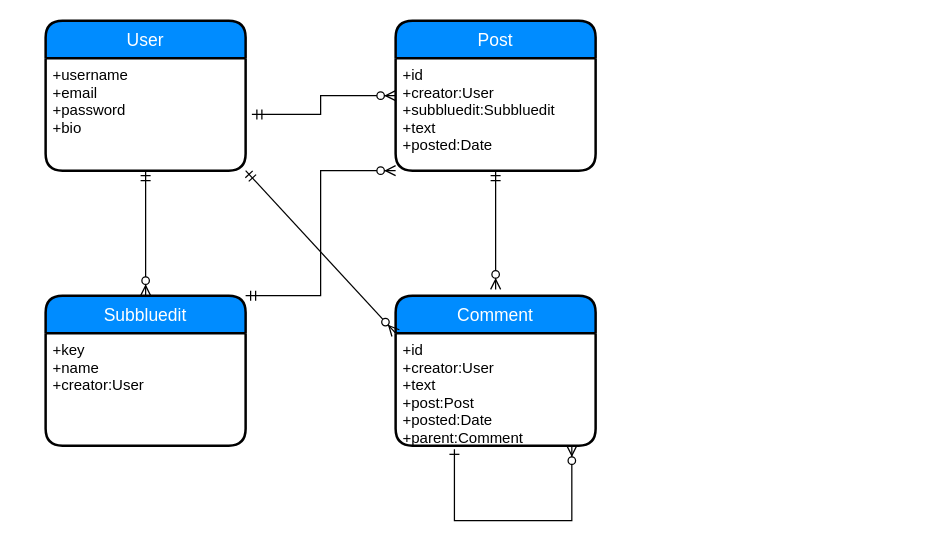
Before: page "Entity Relationship Diagram" (2 of 3) of bluedit/docs/architecture.drawio in uuganbold/algorithm_js, a draw.io diagram. Source tidied: cells renumbered, new cells numbered last; positions are measured from the earlier drawing's top-left corner, leaving out a move shared by most shapes. Both pictures are drawn from the tidied source at 125%, with x=0, y=0 at pixel (45, 20).
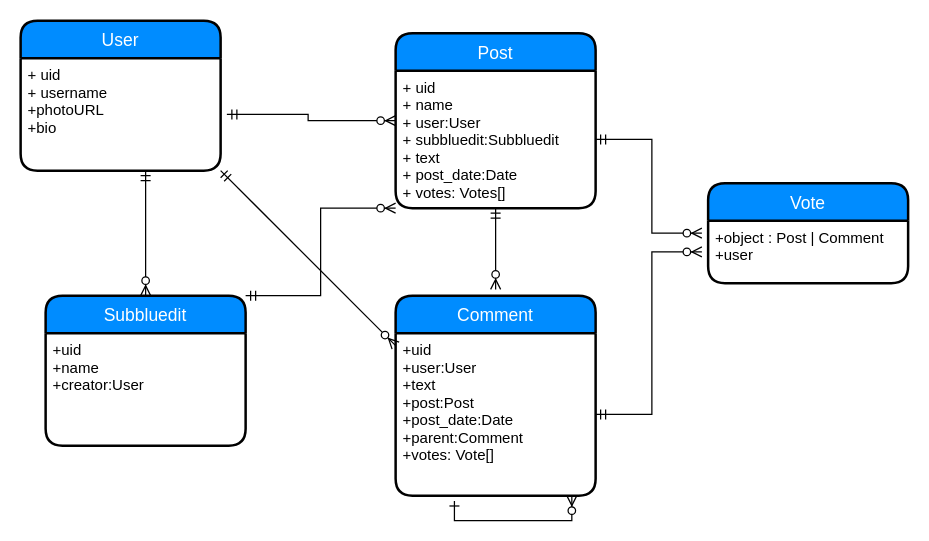
The same diagram, later.

Unchanged cells that the change refers to:
```xml
<mxCell id="4" value="Subbluedit" style="swimlane;horizontal=1;startSize=30;fillColor=#008cff;fontColor=#FFFFFF;rounded=1;fontSize=14;fontStyle=0;strokeWidth=2;shadow=0;dashed=0;align=center;" parent="1" vertex="1">
  <mxGeometry y="220" width="160" height="120" as="geometry" />
</mxCell>
```

The edit, as a diff of the source:
```diff
@@
     <mxCell id="2" value="User" style="swimlane;horizontal=1;startSize=30;fillColor=#008cff;fontColor=#FFFFFF;rounded=1;fontSize=14;fontStyle=0;strokeWidth=2;shadow=0;dashed=0;align=center;" parent="1" vertex="1">
-      <mxGeometry width="160" height="120" as="geometry" />
+      <mxGeometry x="-20" width="160" height="120" as="geometry" />
     </mxCell>
-    <mxCell id="3" value="+username&#10;+email&#10;+password&#10;+bio" style="align=left;strokeColor=none;fillColor=none;spacingLeft=4;fontSize=12;verticalAlign=top;" parent="2" vertex="1">
+    <mxCell id="3" value="+ uid&#10;+ username&#10;+photoURL&#10;+bio" style="align=left;strokeColor=none;fillColor=none;spacingLeft=4;fontSize=12;verticalAlign=top;" parent="2" vertex="1">
       <mxGeometry y="30" width="160" height="90" as="geometry" />
     </mxCell>
@@
-    <mxCell id="5" value="+key&#10;+name&#10;+creator:User" style="align=left;strokeColor=none;fillColor=none;spacingLeft=4;fontSize=12;verticalAlign=top;" parent="4" vertex="1">
+    <mxCell id="5" value="+uid&#10;+name&#10;+creator:User" style="align=left;strokeColor=none;fillColor=none;spacingLeft=4;fontSize=12;verticalAlign=top;" parent="4" vertex="1">
       <mxGeometry y="30" width="160" height="90" as="geometry" />
     </mxCell>
@@
-    <mxCell id="7" value="Post" style="swimlane;horizontal=1;startSize=30;fillColor=#008cff;fontColor=#FFFFFF;rounded=1;fontSize=14;fontStyle=0;strokeWidth=2;shadow=0;dashed=0;align=center;" parent="1" vertex="1">
-      <mxGeometry x="280" width="160" height="120" as="geometry" />
-    </mxCell>
-    <mxCell id="8" value="+id&#10;+creator:User&#10;+subbluedit:Subbluedit&#10;+text&#10;+posted:Date" style="align=left;strokeColor=none;fillColor=none;spacingLeft=4;fontSize=12;verticalAlign=top;" parent="7" vertex="1">
-      <mxGeometry y="30" width="160" height="90" as="geometry" />
-    </mxCell>
     <mxCell id="9" value="Comment" style="swimlane;horizontal=1;startSize=30;fillColor=#008cff;fontColor=#FFFFFF;rounded=1;fontSize=14;fontStyle=0;strokeWidth=2;shadow=0;dashed=0;align=center;" parent="1" vertex="1">
-      <mxGeometry x="280" y="220" width="160" height="120" as="geometry" />
+      <mxGeometry x="280" y="220" width="160" height="160" as="geometry" />
     </mxCell>
-    <mxCell id="10" value="+id&#10;+creator:User&#10;+text&#10;+post:Post&#10;+posted:Date&#10;+parent:Comment" style="align=left;strokeColor=none;fillColor=none;spacingLeft=4;fontSize=12;verticalAlign=top;" parent="9" vertex="1">
-      <mxGeometry y="30" width="160" height="90" as="geometry" />
+    <mxCell id="10" value="+uid&#10;+user:User&#10;+text&#10;+post:Post&#10;+post_date:Date&#10;+parent:Comment&#10;+votes: Vote[]" style="align=left;strokeColor=none;fillColor=none;spacingLeft=4;fontSize=12;verticalAlign=top;" parent="9" vertex="1">
+      <mxGeometry y="30" width="160" height="130" as="geometry" />
     </mxCell>
@@
+    <mxCell id="7" value="Post" style="swimlane;horizontal=1;startSize=30;fillColor=#008cff;fontColor=#FFFFFF;rounded=1;fontSize=14;fontStyle=0;strokeWidth=2;shadow=0;dashed=0;align=center;" parent="1" vertex="1">
+      <mxGeometry x="280" y="10" width="160" height="140" as="geometry" />
+    </mxCell>
+    <mxCell id="8" value="+ uid&#10;+ name&#10;+ user:User&#10;+ subbluedit:Subbluedit&#10;+ text&#10;+ post_date:Date&#10;+ votes: Votes[]" style="align=left;strokeColor=none;fillColor=none;spacingLeft=4;fontSize=12;verticalAlign=top;" parent="7" vertex="1">
+      <mxGeometry y="30" width="160" height="110" as="geometry" />
+    </mxCell>
+    <mxCell id="16" value="Vote" style="swimlane;horizontal=1;startSize=30;fillColor=#008cff;fontColor=#FFFFFF;rounded=1;fontSize=14;fontStyle=0;strokeWidth=2;shadow=0;dashed=0;align=center;" parent="1" vertex="1">
+      <mxGeometry x="530" y="130" width="160" height="80" as="geometry" />
+    </mxCell>
+    <mxCell id="17" value="+object : Post | Comment&#10;+user" style="align=left;strokeColor=none;fillColor=none;spacingLeft=4;fontSize=12;verticalAlign=top;" parent="16" vertex="1">
+      <mxGeometry y="30" width="160" height="50" as="geometry" />
+    </mxCell>
+    <mxCell id="18" style="edgeStyle=elbowEdgeStyle;rounded=0;jettySize=auto;html=1;startArrow=ERmandOne;startFill=0;endArrow=ERzeroToMany;endFill=1;targetPerimeterSpacing=5;" parent="1" edge="1" source="10" target="17">
+      <mxGeometry relative="1" as="geometry" />
+    </mxCell>
+    <mxCell id="19" style="edgeStyle=elbowEdgeStyle;rounded=0;jettySize=auto;html=1;startArrow=ERmandOne;startFill=0;endArrow=ERzeroToMany;endFill=1;targetPerimeterSpacing=5;" parent="1" edge="1" source="8" target="16">
+      <mxGeometry relative="1" as="geometry" />
+    </mxCell>
```
